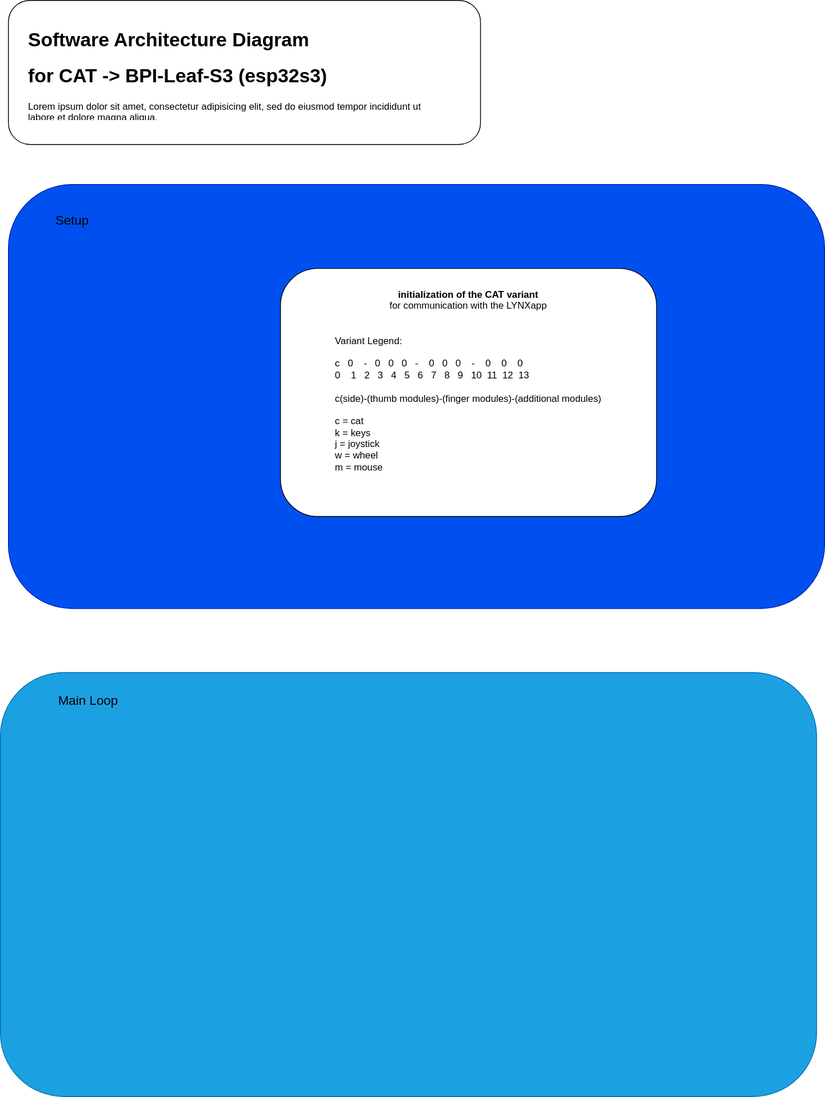
The draw.io diagram images/SAD.svg in ApeDevil/cat_BPI-Leaf-S3, before a commit. Source tidied: cells renumbered, new cells last; positions are measured from the earlier drawing's top-left corner, leaving out a move shared by most shapes.
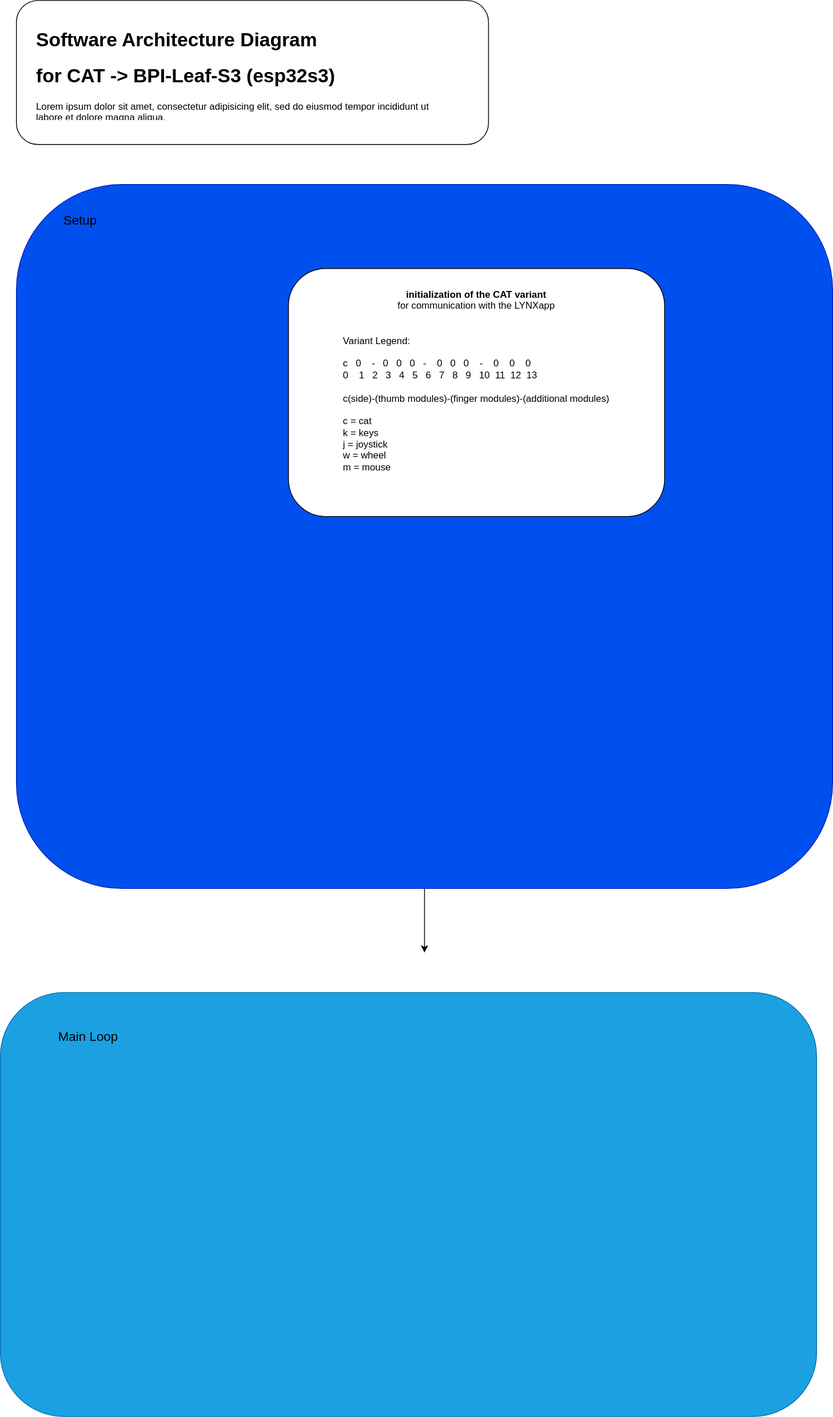
Above is the later version.

Diff of the diagram source:
```diff
@@ -3,10 +3,15 @@
     <mxCell id="0" />
     <mxCell id="1" parent="0" />
     <mxCell id="2" style="rounded=1;whiteSpace=wrap;html=1;fillColor=#1ba1e2;fontColor=#ffffff;strokeColor=#006EAF;" parent="1" vertex="1">
-      <mxGeometry y="840" width="1020" height="530" as="geometry" />
+      <mxGeometry x="-10" y="1240" width="1020" height="530" as="geometry" />
     </mxCell>
+    <mxCell id="9" style="edgeStyle=orthogonalEdgeStyle;rounded=0;jettySize=auto;html=1;" parent="1" edge="1" source="3">
+      <mxGeometry relative="1" as="geometry">
+        <mxPoint x="520" y="1190" as="targetPoint" />
+      </mxGeometry>
+    </mxCell>
     <mxCell id="3" style="rounded=1;whiteSpace=wrap;html=1;fillColor=#0050ef;fontColor=#ffffff;strokeColor=#001DBC;" parent="1" vertex="1">
-      <mxGeometry x="10" y="230" width="1020" height="530" as="geometry" />
+      <mxGeometry x="10" y="230" width="1020" height="880" as="geometry" />
     </mxCell>
     <mxCell id="4" style="rounded=1;whiteSpace=wrap;html=1;" parent="1" vertex="1">
       <mxGeometry x="10" width="590" height="180" as="geometry" />
@@ -21,7 +26,7 @@
       <mxGeometry x="60" y="260" width="60" height="30" as="geometry" />
     </mxCell>
     <mxCell id="8" value="Main Loop" style="text;html=1;strokeColor=none;fillColor=none;align=center;verticalAlign=middle;whiteSpace=wrap;rounded=0;fontSize=16;fontColor=#000000;" parent="1" vertex="1">
-      <mxGeometry x="30" y="860" width="160" height="30" as="geometry" />
+      <mxGeometry x="20" y="1280" width="160" height="30" as="geometry" />
     </mxCell>
   </root>
 </mxGraphModel>
```
